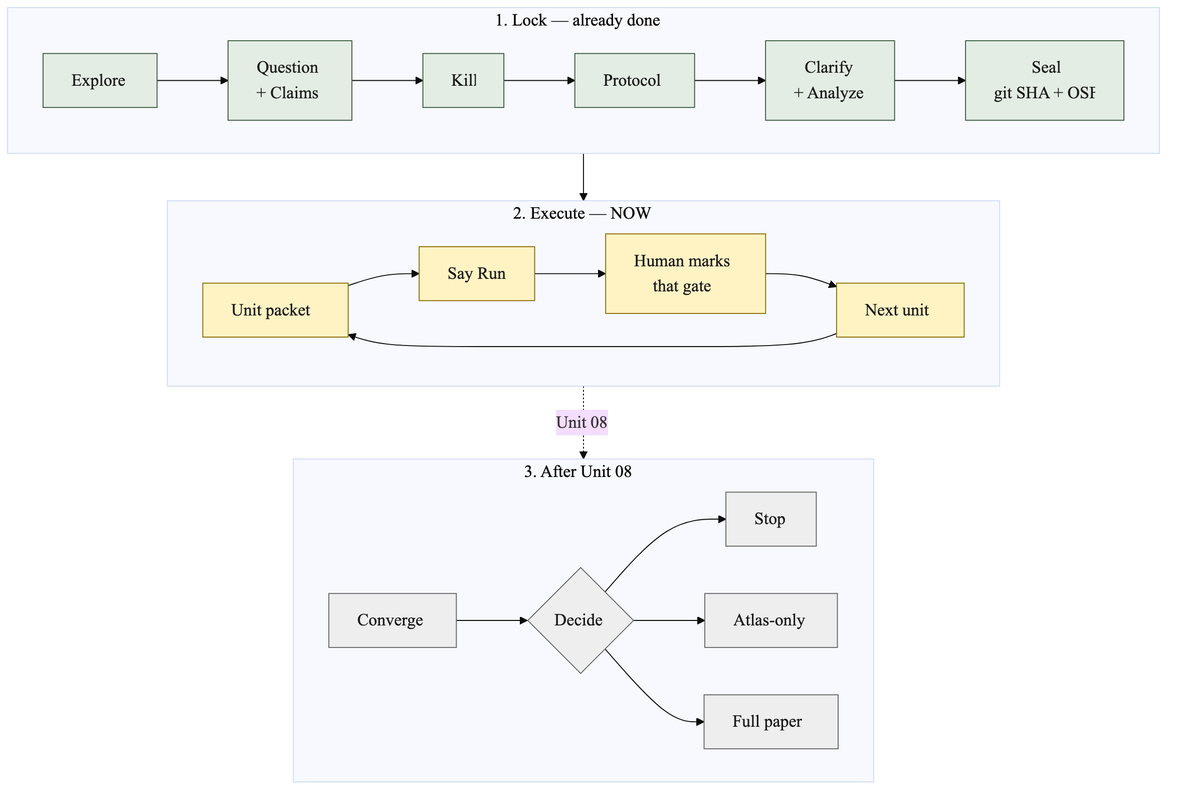
Above: docs/diagrams/seal-loop.png in cauld/scendo (Mermaid), before the change. Its source is kept beside it as docs/diagrams/seal-loop.mmd. Source of this version:
```mermaid
%%{init: {"theme": "base", "themeVariables": {"fontSize": "18px", "fontFamily": "Helvetica, Arial, sans-serif"}} }%%
flowchart TB
  subgraph lock["1. Lock — already done"]
    direction LR
    E[Explore] --> Q[Question<br/>+ Claims]
    Q --> K[Kill]
    K --> P[Protocol]
    P --> CA[Clarify<br/>+ Analyze]
    CA --> S[Seal<br/>git SHA + OSF]
  end

  subgraph exec["2. Execute — NOW"]
    direction LR
    U[Unit packet] --> R[Say Run]
    R --> H[Human marks<br/>that gate]
    H --> N[Next unit]
    N --> U
  end

  subgraph decide["3. After Unit 08"]
    direction LR
    CV[Converge] --> D{Decide}
    D --> ST[Stop]
    D --> AT[Atlas-only]
    D --> FP[Full paper]
  end

  S --> U
  H -.->|Unit 08| CV

  classDef done fill:#E4EDE4,stroke:#3D5A3D,color:#1A1A1A
  classDef now fill:#FFF3C4,stroke:#8A6D00,color:#1A1A1A
  classDef later fill:#EEEEEE,stroke:#666666,color:#1A1A1A
  class E,Q,K,P,CA,S done
  class U,R,H,N now
  class CV,D,ST,AT,FP later
```
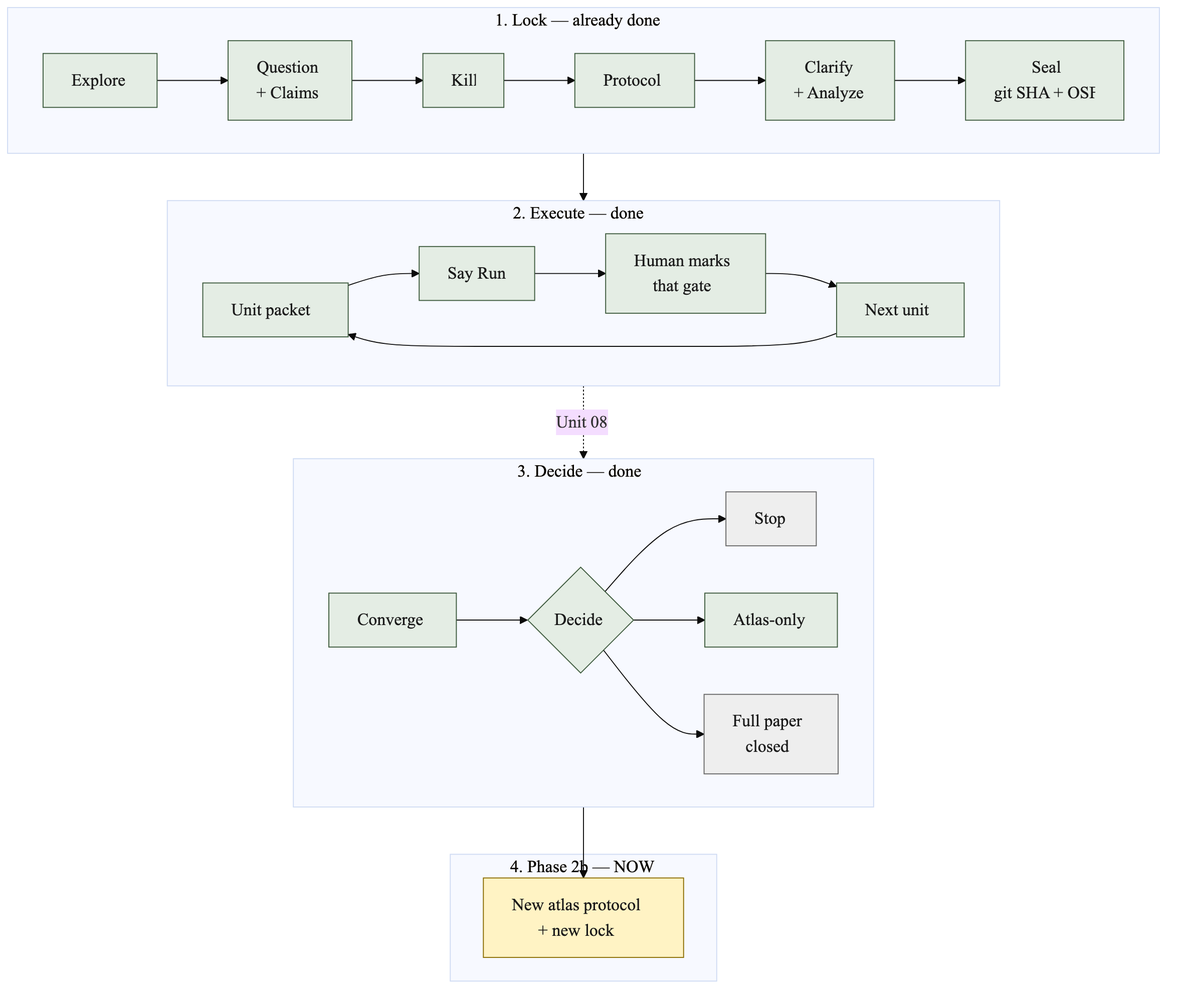
Later version of the same file.

Change to the diagram source:
```diff
@@ -9,7 +9,7 @@
     CA --> S[Seal<br/>git SHA + OSF]
   end
 
-  subgraph exec["2. Execute — NOW"]
+  subgraph exec["2. Execute — done"]
     direction LR
     U[Unit packet] --> R[Say Run]
     R --> H[Human marks<br/>that gate]
@@ -17,20 +17,25 @@
     N --> U
   end
 
-  subgraph decide["3. After Unit 08"]
+  subgraph decide["3. Decide — done"]
     direction LR
     CV[Converge] --> D{Decide}
     D --> ST[Stop]
     D --> AT[Atlas-only]
-    D --> FP[Full paper]
+    D --> FP[Full paper<br/>closed]
+  end
+
+  subgraph atlas["4. Phase 2b — NOW"]
+    NP["New atlas protocol<br/>+ new lock"]
   end
 
   S --> U
   H -.->|Unit 08| CV
+  AT --> NP
 
   classDef done fill:#E4EDE4,stroke:#3D5A3D,color:#1A1A1A
   classDef now fill:#FFF3C4,stroke:#8A6D00,color:#1A1A1A
   classDef later fill:#EEEEEE,stroke:#666666,color:#1A1A1A
-  class E,Q,K,P,CA,S done
-  class U,R,H,N now
-  class CV,D,ST,AT,FP later
+  class E,Q,K,P,CA,S,U,R,H,N,CV,D,AT done
+  class NP now
+  class ST,FP later
```
